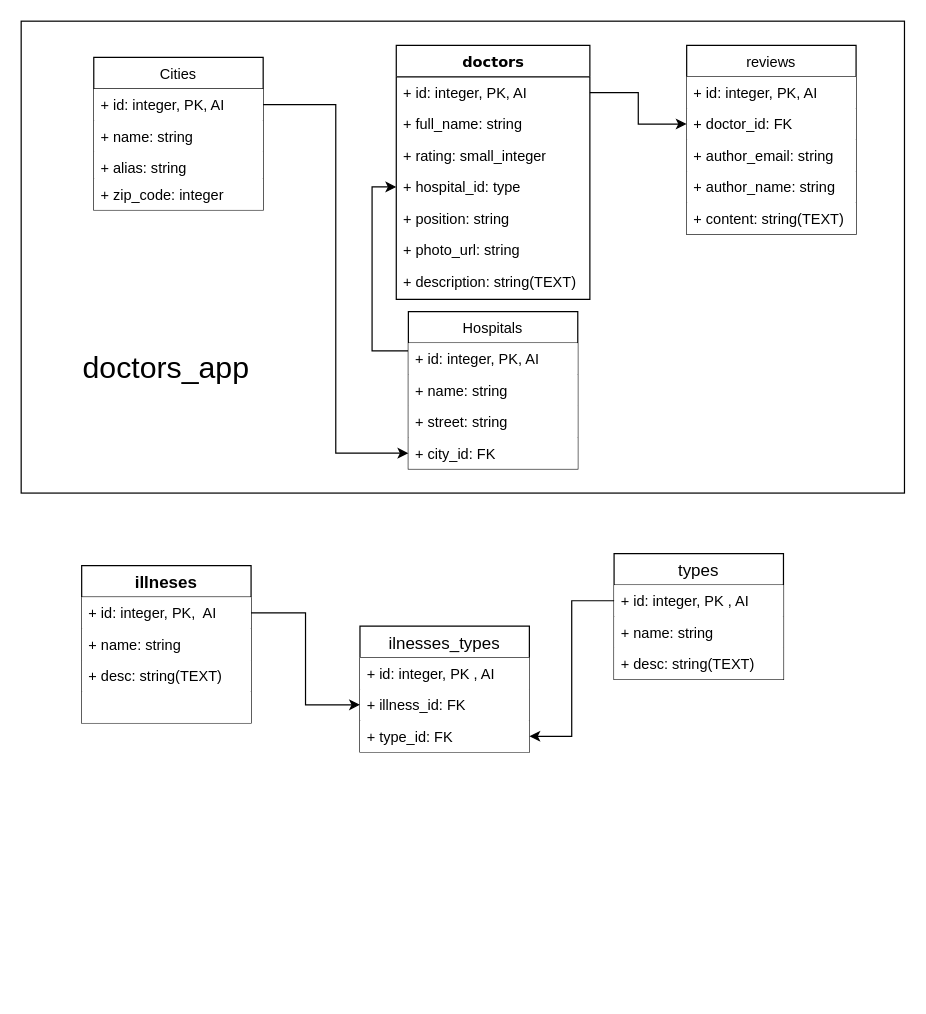
Kolia913/diagrams keeps this draw.io diagram as medical_helper_db_diagrams/Untitled Diagram.drawio. Above is the earlier version. Source tidied: cells renumbered, new cells numbered last; positions are measured from the earlier drawing's top-left corner, leaving out a move shared by most shapes. Both pictures are drawn from the tidied source at 121%, with x=0, y=0 at pixel (21, 21).
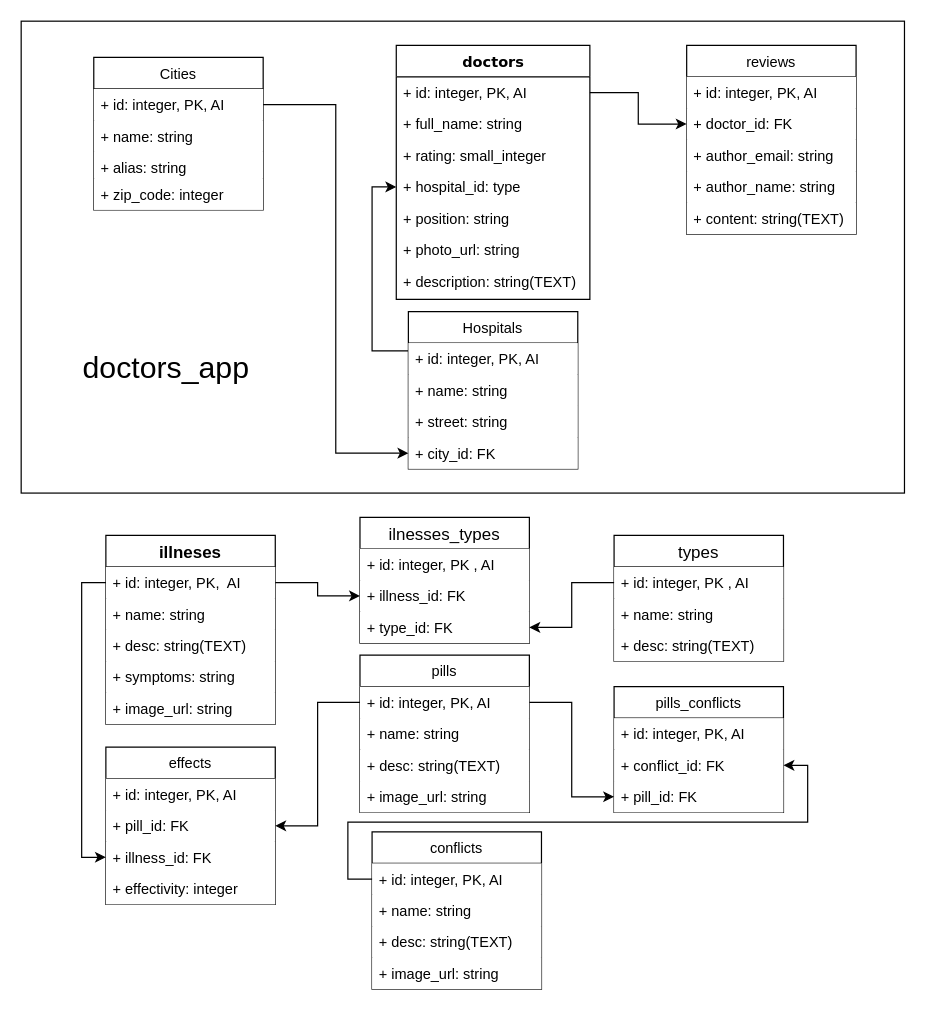
After the change.

The change refers to these unchanged cells:
```xml
<mxCell id="32" value="+ id: integer, PK,  AI" style="text;strokeColor=none;align=left;verticalAlign=top;spacingLeft=4;spacingRight=4;overflow=hidden;points=[[0,0.5],[1,0.5]];portConstraint=eastwest;fillColor=#ffffff;" parent="31" vertex="1">
  <mxGeometry y="26" width="140" height="26" as="geometry" />
</mxCell>
```

Diff of the diagram source:
```diff
@@
     <mxCell id="31" value="illneses" style="swimlane;fontStyle=1;horizontal=1;startSize=26;fillColor=none;fontSize=14;" parent="1" vertex="1">
-      <mxGeometry x="50" y="450" width="140" height="130" as="geometry" />
+      <mxGeometry x="70" y="425" width="140" height="156" as="geometry" />
     </mxCell>
@@
-    <mxCell id="35" style="text;strokeColor=none;align=left;verticalAlign=top;spacingLeft=4;spacingRight=4;overflow=hidden;fontSize=14;fillColor=#ffffff;" parent="31" vertex="1">
-      <mxGeometry y="104" width="140" height="26" as="geometry" />
-    </mxCell>
+    <mxCell id="46" value="+ symptoms: string" style="text;strokeColor=none;align=left;verticalAlign=top;spacingLeft=4;spacingRight=4;overflow=hidden;fillColor=#ffffff;" parent="31" vertex="1">
+      <mxGeometry y="104" width="140" height="26" as="geometry" />
+    </mxCell>
+    <mxCell id="47" value="+ image_url: string" style="text;strokeColor=none;align=left;verticalAlign=top;spacingLeft=4;spacingRight=4;overflow=hidden;fillColor=#ffffff;" parent="31" vertex="1">
+      <mxGeometry y="130" width="140" height="26" as="geometry" />
+    </mxCell>
     <mxCell id="36" value="ilnesses_types" style="swimlane;fontStyle=0;horizontal=1;startSize=26;fillColor=none;fontSize=14;" parent="1" vertex="1">
-      <mxGeometry x="280" y="500" width="140" height="104" as="geometry" />
+      <mxGeometry x="280" y="410" width="140" height="104" as="geometry" />
     </mxCell>
@@
     <mxCell id="40" value="types" style="swimlane;fontStyle=0;horizontal=1;startSize=26;fillColor=none;fontSize=14;" parent="1" vertex="1">
-      <mxGeometry x="490" y="440" width="140" height="104" as="geometry" />
+      <mxGeometry x="490" y="425" width="140" height="104" as="geometry" />
     </mxCell>
@@
+    <mxCell id="48" value="pills" style="swimlane;fontStyle=0;horizontal=1;startSize=26;fillColor=none;" parent="1" vertex="1">
+      <mxGeometry x="280" y="524" width="140" height="130" as="geometry" />
+    </mxCell>
+    <mxCell id="49" value="+ id: integer, PK, AI" style="text;strokeColor=none;align=left;verticalAlign=top;spacingLeft=4;spacingRight=4;overflow=hidden;points=[[0,0.5],[1,0.5]];portConstraint=eastwest;fillColor=#ffffff;" parent="48" vertex="1">
+      <mxGeometry y="26" width="140" height="26" as="geometry" />
+    </mxCell>
+    <mxCell id="50" value="+ name: string" style="text;strokeColor=none;align=left;verticalAlign=top;spacingLeft=4;spacingRight=4;overflow=hidden;fillColor=#ffffff;" parent="48" vertex="1">
+      <mxGeometry y="52" width="140" height="26" as="geometry" />
+    </mxCell>
+    <mxCell id="51" value="+ desc: string(TEXT)" style="text;strokeColor=none;align=left;verticalAlign=top;spacingLeft=4;spacingRight=4;overflow=hidden;fillColor=#ffffff;" parent="48" vertex="1">
+      <mxGeometry y="78" width="140" height="26" as="geometry" />
+    </mxCell>
+    <mxCell id="52" value="+ image_url: string" style="text;strokeColor=none;align=left;verticalAlign=top;spacingLeft=4;spacingRight=4;overflow=hidden;fillColor=#ffffff;" parent="48" vertex="1">
+      <mxGeometry y="104" width="140" height="26" as="geometry" />
+    </mxCell>
+    <mxCell id="53" value="conflicts" style="swimlane;fontStyle=0;horizontal=1;startSize=26;fillColor=none;" parent="1" vertex="1">
+      <mxGeometry x="290" y="670" width="140" height="130" as="geometry" />
+    </mxCell>
+    <mxCell id="54" value="+ id: integer, PK, AI" style="text;strokeColor=none;align=left;verticalAlign=top;spacingLeft=4;spacingRight=4;overflow=hidden;points=[[0,0.5],[1,0.5]];portConstraint=eastwest;fillColor=#ffffff;" parent="53" vertex="1">
+      <mxGeometry y="26" width="140" height="26" as="geometry" />
+    </mxCell>
+    <mxCell id="55" value="+ name: string" style="text;strokeColor=none;align=left;verticalAlign=top;spacingLeft=4;spacingRight=4;overflow=hidden;fillColor=#ffffff;" parent="53" vertex="1">
+      <mxGeometry y="52" width="140" height="26" as="geometry" />
+    </mxCell>
+    <mxCell id="56" value="+ desc: string(TEXT)" style="text;strokeColor=none;align=left;verticalAlign=top;spacingLeft=4;spacingRight=4;overflow=hidden;fillColor=#ffffff;" parent="53" vertex="1">
+      <mxGeometry y="78" width="140" height="26" as="geometry" />
+    </mxCell>
+    <mxCell id="57" value="+ image_url: string" style="text;strokeColor=none;align=left;verticalAlign=top;spacingLeft=4;spacingRight=4;overflow=hidden;fillColor=#ffffff;" parent="53" vertex="1">
+      <mxGeometry y="104" width="140" height="26" as="geometry" />
+    </mxCell>
+    <mxCell id="58" value="pills_conflicts" style="swimlane;fontStyle=0;horizontal=1;startSize=26;fillColor=none;" parent="1" vertex="1">
+      <mxGeometry x="490" y="550" width="140" height="104" as="geometry" />
+    </mxCell>
+    <mxCell id="59" value="+ id: integer, PK, AI" style="text;strokeColor=none;align=left;verticalAlign=top;spacingLeft=4;spacingRight=4;overflow=hidden;fillColor=#ffffff;" parent="58" vertex="1">
+      <mxGeometry y="26" width="140" height="26" as="geometry" />
+    </mxCell>
+    <mxCell id="60" value="+ conflict_id: FK" style="text;strokeColor=none;align=left;verticalAlign=top;spacingLeft=4;spacingRight=4;overflow=hidden;points=[[0,0.5],[1,0.5]];portConstraint=eastwest;fillColor=#ffffff;" parent="58" vertex="1">
+      <mxGeometry y="52" width="140" height="26" as="geometry" />
+    </mxCell>
+    <mxCell id="61" value="+ pill_id: FK" style="text;strokeColor=none;align=left;verticalAlign=top;spacingLeft=4;spacingRight=4;overflow=hidden;points=[[0,0.5],[1,0.5]];portConstraint=eastwest;fillColor=#ffffff;" parent="58" vertex="1">
+      <mxGeometry y="78" width="140" height="26" as="geometry" />
+    </mxCell>
+    <mxCell id="62" style="edgeStyle=orthogonalEdgeStyle;rounded=0;jettySize=auto;html=1;exitX=1;exitY=0.5;exitDx=0;exitDy=0;entryX=0;entryY=0.5;entryDx=0;entryDy=0;" parent="1" edge="1" source="49" target="61">
+      <mxGeometry relative="1" as="geometry" />
+    </mxCell>
+    <mxCell id="63" style="edgeStyle=orthogonalEdgeStyle;rounded=0;jettySize=auto;html=1;exitX=0;exitY=0.5;exitDx=0;exitDy=0;entryX=1;entryY=0.5;entryDx=0;entryDy=0;" parent="1" edge="1" source="54" target="60">
+      <mxGeometry relative="1" as="geometry" />
+    </mxCell>
+    <mxCell id="64" value="effects" style="swimlane;fontStyle=0;horizontal=1;startSize=26;fillColor=none;" parent="1" vertex="1">
+      <mxGeometry x="70" y="600" width="140" height="130" as="geometry" />
+    </mxCell>
+    <mxCell id="65" value="+ id: integer, PK, AI" style="text;strokeColor=none;align=left;verticalAlign=top;spacingLeft=4;spacingRight=4;overflow=hidden;fillColor=#ffffff;" parent="64" vertex="1">
+      <mxGeometry y="26" width="140" height="26" as="geometry" />
+    </mxCell>
+    <mxCell id="66" value="+ pill_id: FK" style="text;strokeColor=none;align=left;verticalAlign=top;spacingLeft=4;spacingRight=4;overflow=hidden;points=[[0,0.5],[1,0.5]];portConstraint=eastwest;fillColor=#ffffff;" parent="64" vertex="1">
+      <mxGeometry y="52" width="140" height="26" as="geometry" />
+    </mxCell>
+    <mxCell id="67" value="+ illness_id: FK" style="text;strokeColor=none;align=left;verticalAlign=top;spacingLeft=4;spacingRight=4;overflow=hidden;points=[[0,0.5],[1,0.5]];portConstraint=eastwest;fillColor=#ffffff;" parent="64" vertex="1">
+      <mxGeometry y="78" width="140" height="26" as="geometry" />
+    </mxCell>
+    <mxCell id="68" value="+ effectivity: integer" style="text;strokeColor=none;align=left;verticalAlign=top;spacingLeft=4;spacingRight=4;overflow=hidden;fillColor=#ffffff;" parent="64" vertex="1">
+      <mxGeometry y="104" width="140" height="26" as="geometry" />
+    </mxCell>
+    <mxCell id="69" style="edgeStyle=orthogonalEdgeStyle;rounded=0;jettySize=auto;html=1;exitX=0;exitY=0.5;exitDx=0;exitDy=0;entryX=1;entryY=0.5;entryDx=0;entryDy=0;" parent="1" edge="1" source="49" target="66">
+      <mxGeometry relative="1" as="geometry" />
+    </mxCell>
+    <mxCell id="70" style="edgeStyle=orthogonalEdgeStyle;rounded=0;jettySize=auto;html=1;exitX=0;exitY=0.5;exitDx=0;exitDy=0;entryX=0;entryY=0.5;entryDx=0;entryDy=0;" parent="1" edge="1" source="32" target="67">
+      <mxGeometry relative="1" as="geometry" />
+    </mxCell>
```
